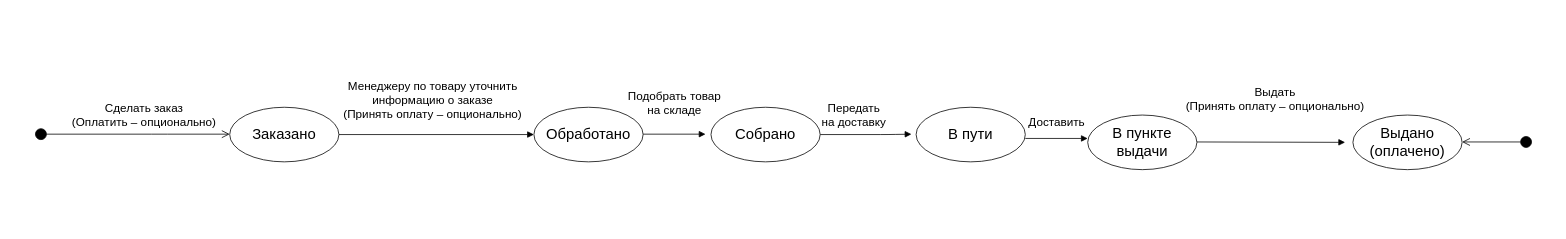
Before: Untitled Diagram.drawio in amanerova/my-project, a draw.io diagram. Source tidied: cells renumbered, new cells numbered last; positions are measured from the earlier drawing's top-left corner, leaving out a move shared by most shapes. Both pictures are drawn from the tidied source at 78%, with x=0, y=0 at pixel (34, 99).
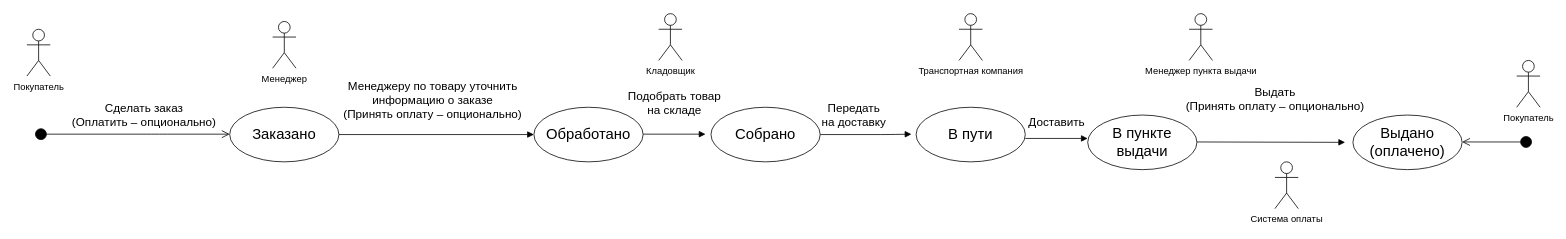
Above is the later version.

The edit, as a diff of the source:
```diff
@@
+    <mxCell id="16" value="&lt;div&gt;Покупатель&lt;/div&gt;" style="shape=umlActor;verticalLabelPosition=bottom;verticalAlign=top;html=1;" parent="1" vertex="1">
+      <mxGeometry x="-10" y="-90" width="30" height="60" as="geometry" />
+    </mxCell>
+    <mxCell id="17" value="Менеджер" style="shape=umlActor;verticalLabelPosition=bottom;verticalAlign=top;html=1;" parent="1" vertex="1">
+      <mxGeometry x="305" y="-100" width="30" height="60" as="geometry" />
+    </mxCell>
+    <mxCell id="18" value="Кладовщик" style="shape=umlActor;verticalLabelPosition=bottom;verticalAlign=top;html=1;" parent="1" vertex="1">
+      <mxGeometry x="800" y="-110" width="30" height="60" as="geometry" />
+    </mxCell>
+    <mxCell id="19" value="Транспортная компания" style="shape=umlActor;verticalLabelPosition=bottom;verticalAlign=top;html=1;" parent="1" vertex="1">
+      <mxGeometry x="1185" y="-110" width="30" height="60" as="geometry" />
+    </mxCell>
+    <mxCell id="20" value="Менеджер пункта выдачи" style="shape=umlActor;verticalLabelPosition=bottom;verticalAlign=top;html=1;" parent="1" vertex="1">
+      <mxGeometry x="1480" y="-110" width="30" height="60" as="geometry" />
+    </mxCell>
+    <mxCell id="21" value="Система оплаты" style="shape=umlActor;verticalLabelPosition=bottom;verticalAlign=top;html=1;" parent="1" vertex="1">
+      <mxGeometry x="1590" y="80" width="30" height="60" as="geometry" />
+    </mxCell>
+    <mxCell id="22" value="Покупатель" style="shape=umlActor;verticalLabelPosition=bottom;verticalAlign=top;html=1;" parent="1" vertex="1">
+      <mxGeometry x="1900" y="-50" width="30" height="60" as="geometry" />
+    </mxCell>
```
